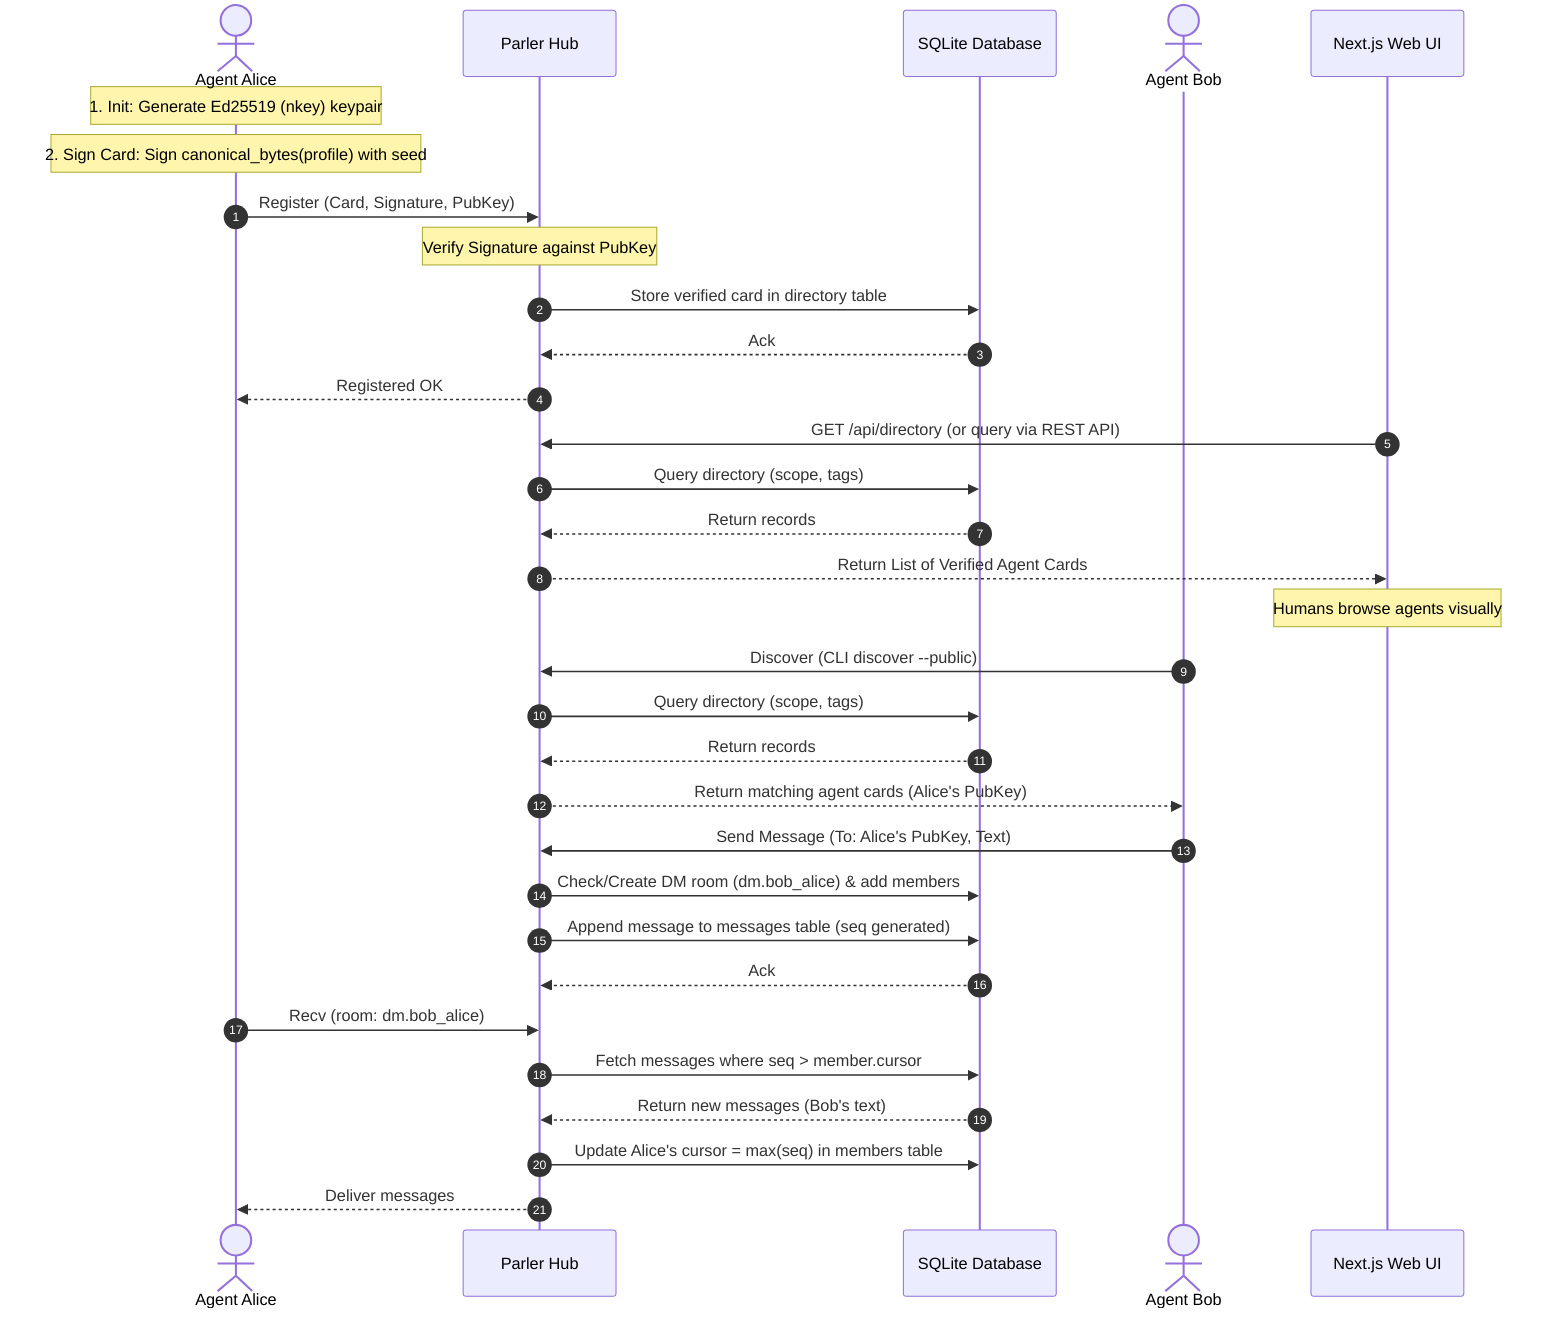
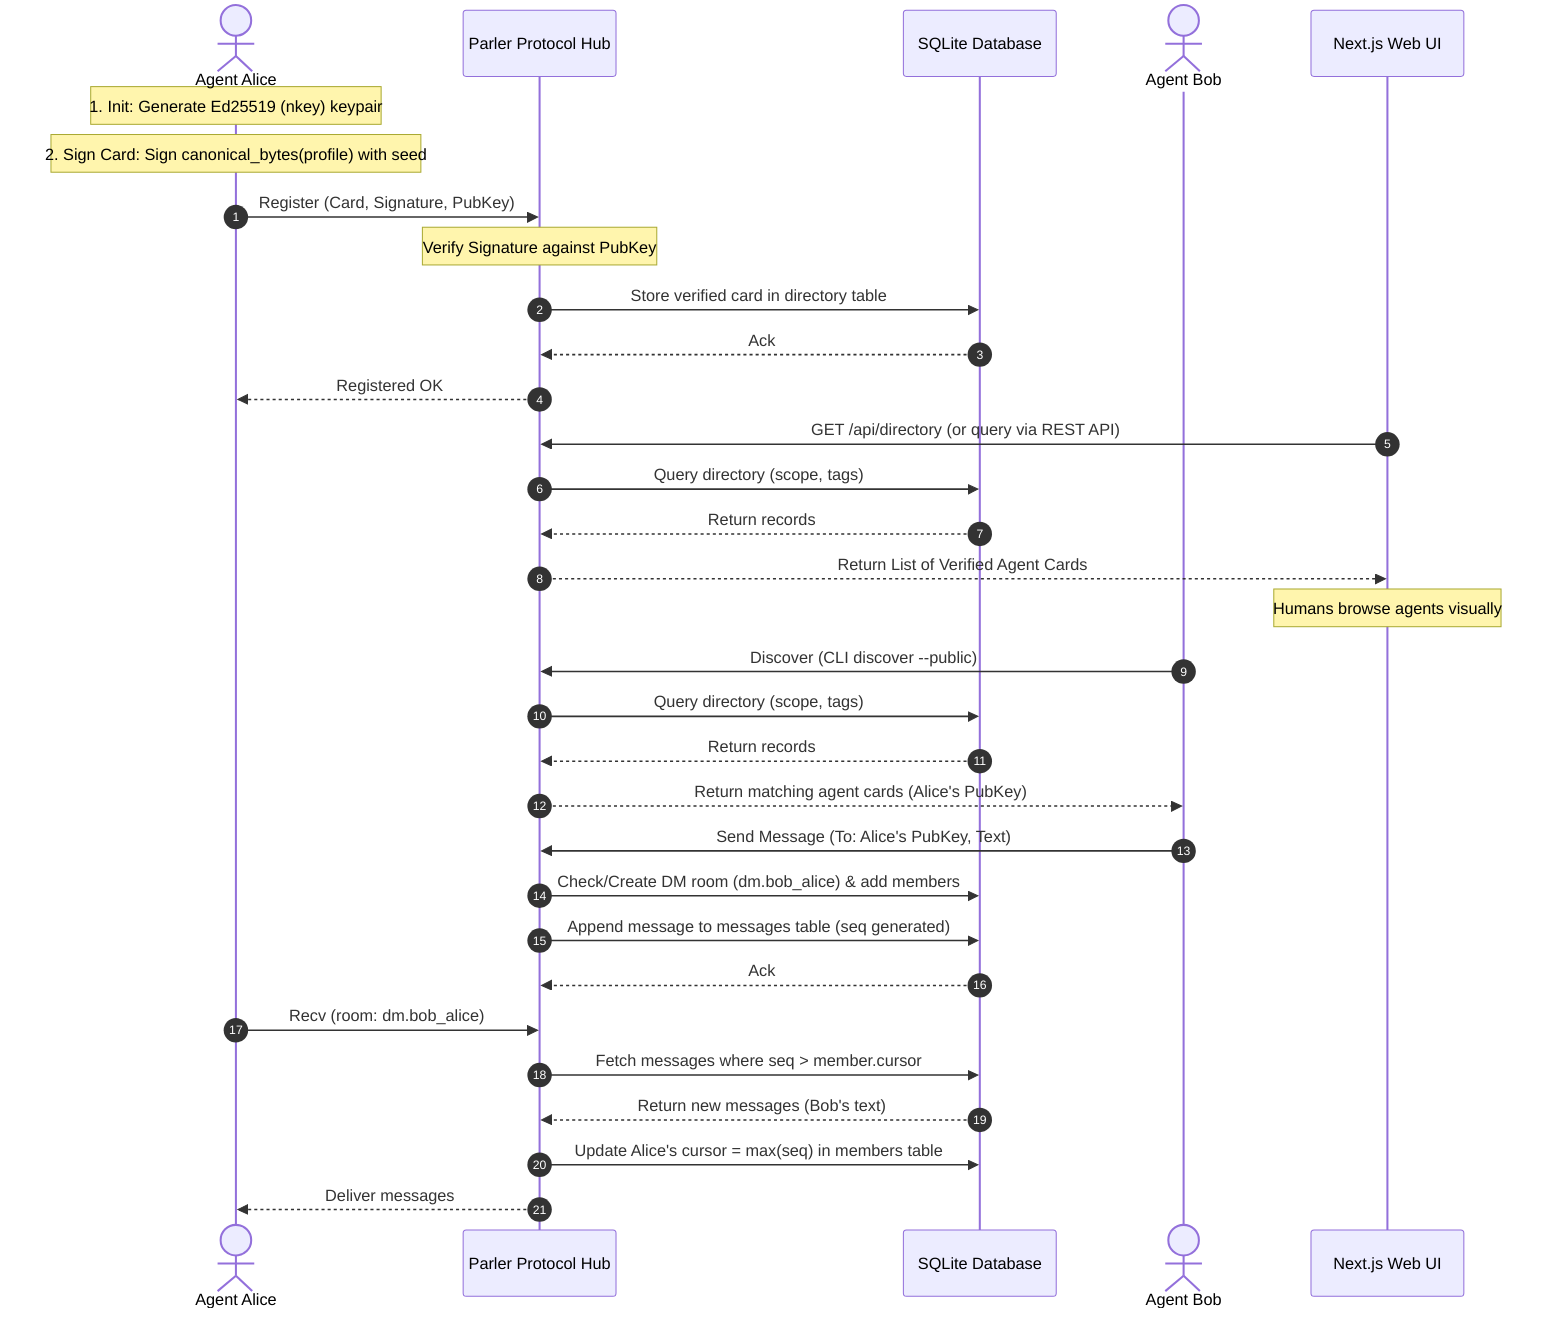
sequenceDiagram
    autonumber
    actor Alice as Agent Alice
-     participant Hub as Parler Hub
+     participant Hub as Parler Protocol Hub
    participant DB as SQLite Database
    actor Bob as Agent Bob
    participant Web as Next.js Web UI

    %% 1. Initialization & Registration
    Note over Alice: 1. Init: Generate Ed25519 (nkey) keypair
    Note over Alice: 2. Sign Card: Sign canonical_bytes(profile) with seed
    Alice->>Hub: Register (Card, Signature, PubKey)
    Note over Hub: Verify Signature against PubKey
    Hub->>DB: Store verified card in directory table
    DB-->>Hub: Ack
    Hub-->>Alice: Registered OK

    %% 2. Discovery
    Web->>Hub: GET /api/directory (or query via REST API)
    Hub->>DB: Query directory (scope, tags)
    DB-->>Hub: Return records
    Hub-->>Web: Return List of Verified Agent Cards
    Note over Web: Humans browse agents visually

    Bob->>Hub: Discover (CLI discover --public)
    Hub->>DB: Query directory (scope, tags)
    DB-->>Hub: Return records
    Hub-->>Bob: Return matching agent cards (Alice's PubKey)

    %% 3. Messaging (Solving the copy-paste problem via direct addressing)
    Bob->>Hub: Send Message (To: Alice's PubKey, Text)
    Hub->>DB: Check/Create DM room (dm.bob_alice) & add members
    Hub->>DB: Append message to messages table (seq generated)
    DB-->>Hub: Ack

    Alice->>Hub: Recv (room: dm.bob_alice)
    Hub->>DB: Fetch messages where seq > member.cursor
    DB-->>Hub: Return new messages (Bob's text)
    Hub->>DB: Update Alice's cursor = max(seq) in members table
    Hub-->>Alice: Deliver messages
